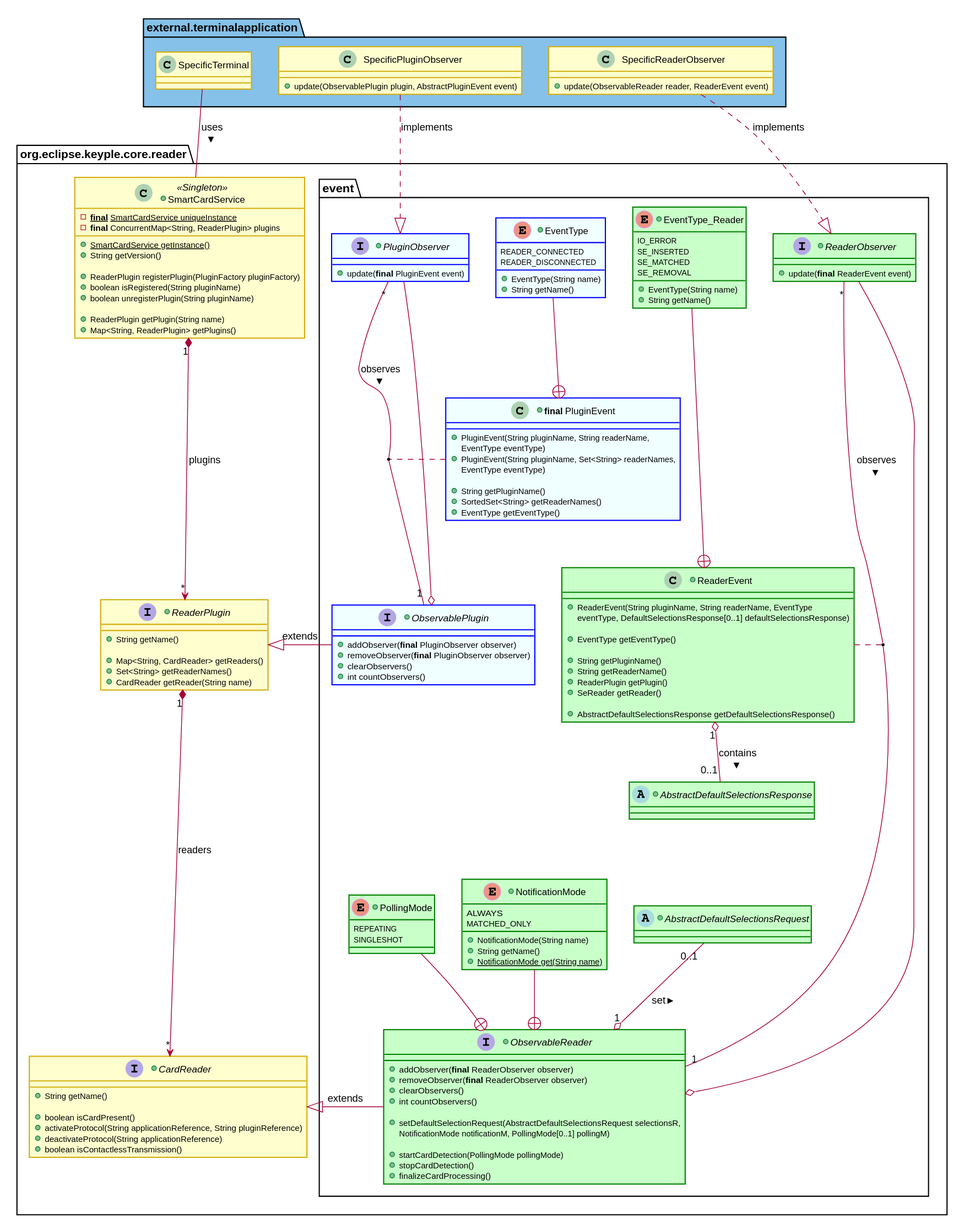
The PlantUML diagram docs/KeypleCoreApi/img/KeypleCore_Reader_ClassDiag_ObservablePluginAndReaderEvents_1_0_0.svg in calypsonet/keyple, before a commit. The source it was exported from:
```plantuml
@startuml
skinparam ClassBorderColor #D4AC0D
skinparam stereotypeABorderColor #A9DCDF
skinparam stereotypeIBorderColor #B4A7E5
skinparam stereotypeCBorderColor #ADD1B2
skinparam stereotypeEBorderColor #EB93DF
skinparam shadowing false

skinparam StateBorderColor #D4AC0D
skinparam ActivityBorderColor #D4AC0D

skinparam ClassBackgroundColor<<red>> #FDEDEC
skinparam ClassBorderColor<<red>> #E74C3C
hide <<red>> stereotype
skinparam ClassBackgroundColor<<purple>> #F4ECF7
skinparam ClassBorderColor<<purple>> #8E44AD
hide <<purple>> stereotype
skinparam ClassBackgroundColor<<blue>> #EBF5FB
skinparam ClassBorderColor<<blue>> #3498DB
hide <<blue>> stereotype
skinparam ClassBackgroundColor<<green>> #EAFAF1
skinparam ClassBorderColor<<green>> #2ECC71
hide <<green>> stereotype

skinparam ClassBackgroundColor<<orange>> #FDF2E9
skinparam ClassBorderColor<<orange>> #E67E22
hide <<orange>> stereotype

skinparam ClassBackgroundColor<<grey>> #EAECEE
skinparam ClassBorderColor<<grey>> #2C3E50
hide <<grey>> stereotype

package external.terminalapplication #85C1E9 {
  class SpecificTerminal

  class SpecificPluginObserver {
    +update(ObservablePlugin plugin, AbstractPluginEvent event)
  }
  class SpecificReaderObserver {
    +update(ObservableReader reader, ReaderEvent event)
  }

  SpecificTerminal -right[hidden]--> SpecificPluginObserver
  SpecificPluginObserver -right[hidden]--> SpecificReaderObserver
}

package org.eclipse.keyple.core.reader #FFFFFF {
  class SmartCardService

  package event #FFFFFF {
+enum "EventType" as EventType_Plugin {
  READER_CONNECTED
  READER_DISCONNECTED
  +EventType(String name)
  +String getName()
}

+class "<b>final</b> PluginEvent" as PluginEvent {
  +PluginEvent(String pluginName, String readerName,
    EventType eventType)
  +PluginEvent(String pluginName, Set<String> readerNames,
    EventType eventType)

  +String getPluginName()
  +SortedSet<String> getReaderNames()
  +EventType getEventType()
}
+interface PluginObserver {
  +update(<b>final</b> PluginEvent event)
}
    interface ObservablePlugin
    EventType_Plugin -up-+ PluginEvent


    PluginObserver "*" -down- "1" ObservablePlugin : observes >
    PluginEvent . (ObservablePlugin, PluginObserver)
    PluginObserver --o ObservablePlugin

    EventType_Reader -up--+ ReaderEvent
    ReaderEvent "1" o-down- "0..1" AbstractDefaultSelectionsResponse : contains >

+interface ReaderObserver {
  +update(<b>final</b> ReaderEvent event)
}
    interface ObservableReader
+enum NotificationMode {
  ALWAYS
  MATCHED_ONLY
  +NotificationMode(String name)
  +String getName()
  +{static}NotificationMode get(String name)
}

+enum PollingMode {
  REPEATING
  SINGLESHOT
}
+abstract AbstractDefaultSelectionsRequest {
}

+abstract AbstractDefaultSelectionsResponse {
}

    ReaderObserver "*" -down-- "1" ObservableReader : observes >
    ReaderEvent . (ReaderObserver, ObservableReader)
    ReaderObserver --o ObservableReader

    PollingMode --+ ObservableReader
    NotificationMode --+ ObservableReader
    ObservableReader "1" o-up- "0..1" AbstractDefaultSelectionsRequest : set >
AbstractDefaultSelectionsResponse -down[hidden]- AbstractDefaultSelectionsRequest
  }

  interface ReaderPlugin
  interface CardReader

  SmartCardService "1" *--> "*" ReaderPlugin : plugins
  ReaderPlugin "1" *-down-> "*" CardReader : readers

  ObservablePlugin -left-|> ReaderPlugin : extends
  ObservableReader -left-|> CardReader : extends
}

SpecificPluginObserver .down.|> PluginObserver : implements
SpecificReaderObserver .down.|> ReaderObserver : implements
SpecificTerminal -down- SmartCardService : uses >

SpecificTerminal -right[hidden]--- SpecificPluginObserver
SmartCardService -right[hidden]--> PluginObserver
PluginObserver  -right[hidden]--> EventType_Plugin
EventType_Plugin -right[hidden]--> EventType_Reader
EventType_Reader  -right[hidden]--> ReaderObserver


enum EventType_Plugin <<Plugin>>
interface PluginObserver <<Plugin>>
class PluginEvent <<Plugin>>
interface ObservablePlugin <<Plugin>>
hide <<Plugin>> stereotype

enum EventType_Reader <<Reader>>
interface ReaderObserver <<Reader>>
class ReaderEvent <<Reader>>
interface ObservableReader <<Reader>>
enum PollingMode <<Reader>>
enum NotificationMode <<Reader>>
abstract AbstractDefaultSelectionsRequest <<Reader>>
abstract AbstractDefaultSelectionsResponse <<Reader>>

hide <<Reader>> stereotype

skinparam class {
  BackgroundColor<<Plugin>> Azure
  BorderColor<<Plugin>> Blue
  BackgroundColor<<Reader>> TECHNOLOGY
  BorderColor<<Reader>> Green
}
+class "<b>final</b> SmartCardService" as SmartCardService << Singleton >> {
  -<b>final</b> {static}SmartCardService uniqueInstance
  -<b>final</b> ConcurrentMap<String, ReaderPlugin> plugins
  +{static}SmartCardService getInstance()
  +String getVersion()

  +ReaderPlugin registerPlugin(PluginFactory pluginFactory)
  +boolean isRegistered(String pluginName)
  +boolean unregisterPlugin(String pluginName)

  +ReaderPlugin getPlugin(String name)
  +Map<String, ReaderPlugin> getPlugins()
}
+interface ReaderPlugin {
  +String getName()

  +Map<String, CardReader> getReaders()
  +Set<String> getReaderNames()
  +CardReader getReader(String name)
}
+interface CardReader {
  +String getName()

  +boolean isCardPresent()
  +activateProtocol(String applicationReference, String pluginReference)
  +deactivateProtocol(String applicationReference)
  +boolean isContactlessTransmission()
}
+interface ObservablePlugin {
  +addObserver(<b>final</b> PluginObserver observer)
  +removeObserver(<b>final</b> PluginObserver observer)
  +clearObservers()
  +int countObservers()
}
+enum "EventType" as EventType_Reader {
  IO_ERROR
  SE_INSERTED
  SE_MATCHED
  SE_REMOVAL
  +EventType(String name)
  +String getName()
}

+class "<b>final</b> ReaderEvent" as ReaderEvent {
  +ReaderEvent(String pluginName, String readerName, EventType
  eventType, DefaultSelectionsResponse[0..1] defaultSelectionsResponse)

  +EventType getEventType()

  +String getPluginName()
  +String getReaderName()
  +ReaderPlugin getPlugin()
  +SeReader getReader()

  +AbstractDefaultSelectionsResponse getDefaultSelectionsResponse()
}
+interface ObservableReader {
  +addObserver(<b>final</b> ReaderObserver observer)
  +removeObserver(<b>final</b> ReaderObserver observer)
  +clearObservers()
  +int countObservers()

  +setDefaultSelectionRequest(AbstractDefaultSelectionsRequest selectionsR,
    NotificationMode notificationM, PollingMode[0..1] pollingM)

  +startCardDetection(PollingMode pollingMode)
  +stopCardDetection()
  +finalizeCardProcessing()
}
@enduml
```
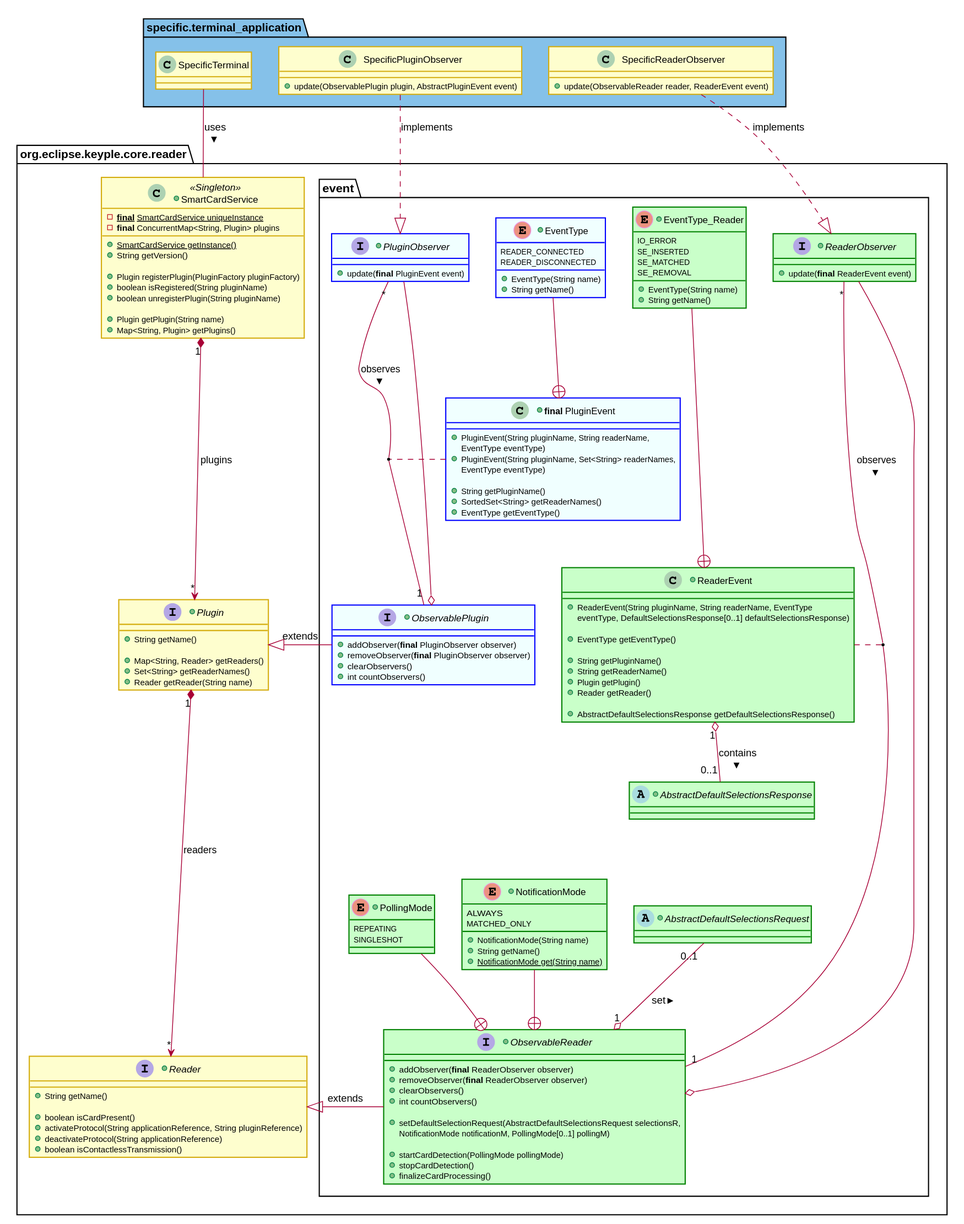
After the commit.

Diff of the diagram source:
```diff
@@ -30,7 +30,7 @@
 skinparam ClassBorderColor<<grey>> #2C3E50
 hide <<grey>> stereotype
 
-package external.terminalapplication #85C1E9 {
+package specific.terminal_application #85C1E9 {
   class SpecificTerminal
 
   class SpecificPluginObserver {
@@ -111,14 +111,14 @@
 AbstractDefaultSelectionsResponse -down[hidden]- AbstractDefaultSelectionsRequest
   }
 
-  interface ReaderPlugin
-  interface CardReader
+  interface Plugin
+  interface Reader
 
-  SmartCardService "1" *--> "*" ReaderPlugin : plugins
-  ReaderPlugin "1" *-down-> "*" CardReader : readers
+  SmartCardService "1" *--> "*" Plugin : plugins
+  Plugin "1" *-down-> "*" Reader : readers
 
-  ObservablePlugin -left-|> ReaderPlugin : extends
-  ObservableReader -left-|> CardReader : extends
+  ObservablePlugin -left-|> Plugin : extends
+  ObservableReader -left-|> Reader : extends
 }
 
 SpecificPluginObserver .down.|> PluginObserver : implements
@@ -157,25 +157,25 @@
 }
 +class "<b>final</b> SmartCardService" as SmartCardService << Singleton >> {
   -<b>final</b> {static}SmartCardService uniqueInstance
-  -<b>final</b> ConcurrentMap<String, ReaderPlugin> plugins
+  -<b>final</b> ConcurrentMap<String, Plugin> plugins
   +{static}SmartCardService getInstance()
   +String getVersion()
 
-  +ReaderPlugin registerPlugin(PluginFactory pluginFactory)
+  +Plugin registerPlugin(PluginFactory pluginFactory)
   +boolean isRegistered(String pluginName)
   +boolean unregisterPlugin(String pluginName)
 
-  +ReaderPlugin getPlugin(String name)
-  +Map<String, ReaderPlugin> getPlugins()
+  +Plugin getPlugin(String name)
+  +Map<String, Plugin> getPlugins()
 }
-+interface ReaderPlugin {
++interface Plugin {
   +String getName()
 
-  +Map<String, CardReader> getReaders()
+  +Map<String, Reader> getReaders()
   +Set<String> getReaderNames()
-  +CardReader getReader(String name)
+  +Reader getReader(String name)
 }
-+interface CardReader {
++interface Reader {
   +String getName()
 
   +boolean isCardPresent()
@@ -206,8 +206,8 @@
 
   +String getPluginName()
   +String getReaderName()
-  +ReaderPlugin getPlugin()
-  +SeReader getReader()
+  +Plugin getPlugin()
+  +Reader getReader()
 
   +AbstractDefaultSelectionsResponse getDefaultSelectionsResponse()
 }
```
